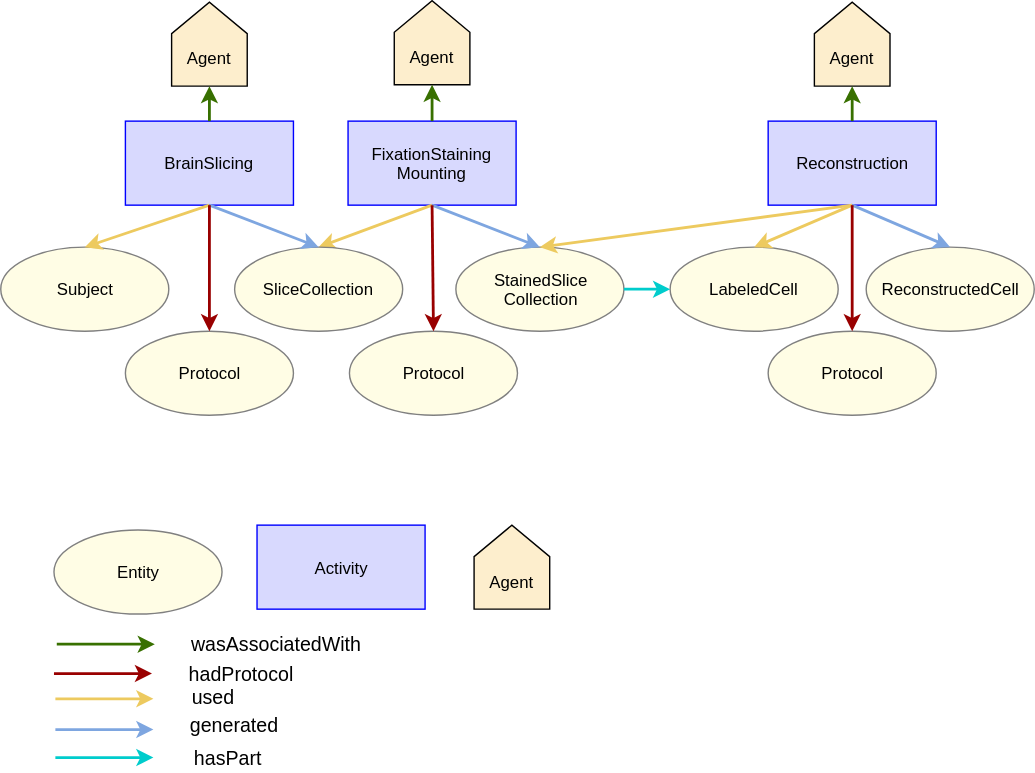
Earlier version of the draw.io export provpatterns/assets/whole-brain-morphology-reconstruction.svg (INCF/neuroshapes). Source tidied: cells renumbered, new cells last; positions are measured from the earlier drawing's top-left corner, leaving out a move shared by most shapes.
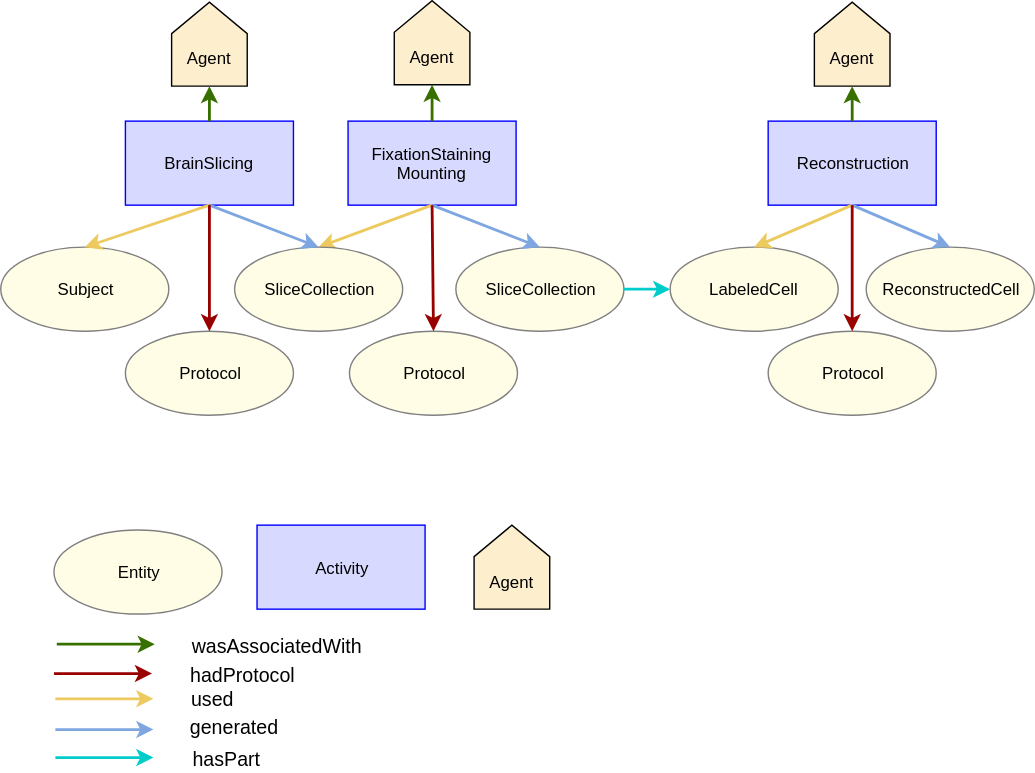
Later version of the same file.

Commit message:
Created schema version 0.1.1 to accommodate whole-brain reconstructions:

Diff of the diagram source:
```diff
@@ -68,7 +68,7 @@
     <mxCell id="18" value="BrainSlicing" style="rounded=0;whiteSpace=wrap;html=1;strokeColor=#0000ff;fillColor=#d8d9fe;fontSize=12;" parent="1" vertex="1">
       <mxGeometry x="89" y="86" width="120" height="60" as="geometry" />
     </mxCell>
-    <mxCell id="19" value="StainedSlice&lt;br&gt;Collection" style="ellipse;whiteSpace=wrap;html=1;fillColor=#FFFDE5;strokeColor=#808080;fontSize=12;" parent="1" vertex="1">
+    <mxCell id="19" value="SliceCollection" style="ellipse;whiteSpace=wrap;html=1;fillColor=#FFFDE5;strokeColor=#808080;fontSize=12;" parent="1" vertex="1">
       <mxGeometry x="325" y="176" width="120" height="60" as="geometry" />
     </mxCell>
     <mxCell id="20" value="LabeledCell" style="ellipse;whiteSpace=wrap;html=1;fillColor=#FFFDE5;strokeColor=#808080;fontSize=12;" parent="1" vertex="1">
@@ -92,77 +92,74 @@
     <mxCell id="26" style="endArrow=classic;html=1;strokeColor=#EDCA5F;strokeWidth=2;fontSize=12;entryX=0.5;entryY=0;exitX=0.5;exitY=1;" parent="1" edge="1" source="21" target="20">
       <mxGeometry relative="1" as="geometry" />
     </mxCell>
-    <mxCell id="27" style="endArrow=classic;html=1;strokeColor=#EDCA5F;strokeWidth=2;fontSize=12;entryX=0.5;entryY=0;exitX=0.5;exitY=1;" parent="1" edge="1" source="21" target="19">
+    <mxCell id="27" style="endArrow=classic;html=1;strokeColor=#7EA6E0;strokeWidth=2;fontSize=12;exitX=0.5;exitY=1;entryX=0.5;entryY=0;" parent="1" edge="1" source="21" target="22">
       <mxGeometry relative="1" as="geometry" />
     </mxCell>
-    <mxCell id="28" style="endArrow=classic;html=1;strokeColor=#7EA6E0;strokeWidth=2;fontSize=12;exitX=0.5;exitY=1;entryX=0.5;entryY=0;" parent="1" edge="1" source="21" target="22">
+    <mxCell id="28" style="endArrow=classic;html=1;strokeColor=#EDCA5F;strokeWidth=2;fontSize=12;entryX=0.5;entryY=0;exitX=0.5;exitY=1;" parent="1" edge="1" source="24" target="30">
       <mxGeometry relative="1" as="geometry" />
     </mxCell>
-    <mxCell id="29" style="endArrow=classic;html=1;strokeColor=#EDCA5F;strokeWidth=2;fontSize=12;entryX=0.5;entryY=0;exitX=0.5;exitY=1;" parent="1" edge="1" source="24" target="31">
+    <mxCell id="29" style="endArrow=classic;html=1;strokeColor=#7EA6E0;strokeWidth=2;fontSize=12;entryX=0.5;entryY=0;exitX=0.5;exitY=1;" parent="1" edge="1" source="24" target="19">
       <mxGeometry relative="1" as="geometry" />
     </mxCell>
-    <mxCell id="30" style="endArrow=classic;html=1;strokeColor=#7EA6E0;strokeWidth=2;fontSize=12;entryX=0.5;entryY=0;exitX=0.5;exitY=1;" parent="1" edge="1" source="24" target="19">
-      <mxGeometry relative="1" as="geometry" />
+    <mxCell id="30" value="SliceCollection&lt;br&gt;" style="ellipse;whiteSpace=wrap;html=1;fillColor=#FFFDE5;strokeColor=#808080;fontSize=12;" parent="1" vertex="1">
+      <mxGeometry x="166.5" y="176" width="120" height="60" as="geometry" />
     </mxCell>
-    <mxCell id="31" value="SliceCollection&lt;br&gt;" style="ellipse;whiteSpace=wrap;html=1;fillColor=#FFFDE5;strokeColor=#808080;fontSize=12;" parent="1" vertex="1">
-      <mxGeometry x="166.5" y="176" width="120" height="60" as="geometry" />
+    <mxCell id="31" style="endArrow=classic;html=1;strokeColor=#7EA6E0;strokeWidth=2;fontSize=12;exitX=0.5;exitY=1;entryX=0.5;entryY=0;" parent="1" edge="1" source="18" target="30">
+      <mxGeometry relative="1" as="geometry" />
     </mxCell>
-    <mxCell id="32" style="endArrow=classic;html=1;strokeColor=#7EA6E0;strokeWidth=2;fontSize=12;exitX=0.5;exitY=1;entryX=0.5;entryY=0;" parent="1" edge="1" source="18" target="31">
-      <mxGeometry relative="1" as="geometry" />
+    <mxCell id="32" value="Protocol" style="ellipse;whiteSpace=wrap;html=1;fillColor=#FFFDE5;strokeColor=#808080;fontSize=12;" parent="1" vertex="1">
+      <mxGeometry x="89" y="236" width="120" height="60" as="geometry" />
     </mxCell>
     <mxCell id="33" value="Protocol" style="ellipse;whiteSpace=wrap;html=1;fillColor=#FFFDE5;strokeColor=#808080;fontSize=12;" parent="1" vertex="1">
-      <mxGeometry x="89" y="236" width="120" height="60" as="geometry" />
+      <mxGeometry x="249" y="236" width="120" height="60" as="geometry" />
     </mxCell>
     <mxCell id="34" value="Protocol" style="ellipse;whiteSpace=wrap;html=1;fillColor=#FFFDE5;strokeColor=#808080;fontSize=12;" parent="1" vertex="1">
-      <mxGeometry x="249" y="236" width="120" height="60" as="geometry" />
+      <mxGeometry x="548" y="236" width="120" height="60" as="geometry" />
     </mxCell>
-    <mxCell id="35" value="Protocol" style="ellipse;whiteSpace=wrap;html=1;fillColor=#FFFDE5;strokeColor=#808080;fontSize=12;" parent="1" vertex="1">
-      <mxGeometry x="548" y="236" width="120" height="60" as="geometry" />
+    <mxCell id="35" style="endArrow=classic;html=1;strokeColor=#990000;strokeWidth=2;fontSize=12;entryX=0.5;entryY=0;exitX=0.5;exitY=1;" parent="1" edge="1" source="18" target="32">
+      <mxGeometry relative="1" as="geometry" />
     </mxCell>
-    <mxCell id="36" style="endArrow=classic;html=1;strokeColor=#990000;strokeWidth=2;fontSize=12;entryX=0.5;entryY=0;exitX=0.5;exitY=1;" parent="1" edge="1" source="18" target="33">
+    <mxCell id="36" style="endArrow=classic;html=1;strokeColor=#990000;strokeWidth=2;fontSize=12;exitX=0.5;exitY=1;entryX=0.5;entryY=0;" parent="1" edge="1" source="24" target="33">
       <mxGeometry relative="1" as="geometry" />
     </mxCell>
-    <mxCell id="37" style="endArrow=classic;html=1;strokeColor=#990000;strokeWidth=2;fontSize=12;exitX=0.5;exitY=1;entryX=0.5;entryY=0;" parent="1" edge="1" source="24" target="34">
+    <mxCell id="37" style="endArrow=classic;html=1;strokeColor=#990000;strokeWidth=2;fontSize=12;entryX=0.5;entryY=0;exitX=0.5;exitY=1;" parent="1" edge="1" source="21" target="34">
       <mxGeometry relative="1" as="geometry" />
     </mxCell>
-    <mxCell id="38" style="endArrow=classic;html=1;strokeColor=#990000;strokeWidth=2;fontSize=12;entryX=0.5;entryY=0;exitX=0.5;exitY=1;" parent="1" edge="1" source="21" target="35">
-      <mxGeometry relative="1" as="geometry" />
+    <mxCell id="38" style="group;fontSize=12;" parent="1" vertex="1">
+      <mxGeometry x="122" y="1" width="54" height="60" as="geometry" />
     </mxCell>
-    <mxCell id="39" style="group;fontSize=12;" parent="1" vertex="1">
-      <mxGeometry x="122" y="1" width="54" height="60" as="geometry" />
+    <mxCell id="39" style="shape=offPageConnector;strokeColor=#000000;fillColor=#fdeecd;rotation=-180;verticalAlign=top;horizontal=1;html=1;whiteSpace=wrap;align=center;fontSize=12;" parent="38" vertex="1">
+      <mxGeometry width="54" height="60" as="geometry" />
     </mxCell>
-    <mxCell id="40" style="shape=offPageConnector;strokeColor=#000000;fillColor=#fdeecd;rotation=-180;verticalAlign=top;horizontal=1;html=1;whiteSpace=wrap;align=center;fontSize=12;" parent="39" vertex="1">
-      <mxGeometry width="54" height="60" as="geometry" />
+    <mxCell id="40" value="Agent" style="text;html=1;strokeColor=none;fillColor=none;align=center;verticalAlign=middle;whiteSpace=wrap;rounded=0;fontSize=12;" parent="38" vertex="1">
+      <mxGeometry x="7" y="30" width="40" height="20" as="geometry" />
     </mxCell>
-    <mxCell id="41" value="Agent" style="text;html=1;strokeColor=none;fillColor=none;align=center;verticalAlign=middle;whiteSpace=wrap;rounded=0;fontSize=12;" parent="39" vertex="1">
-      <mxGeometry x="7" y="30" width="40" height="20" as="geometry" />
+    <mxCell id="41" style="group;fontSize=12;" parent="1" vertex="1">
+      <mxGeometry x="281" width="54" height="60" as="geometry" />
     </mxCell>
-    <mxCell id="42" style="group;fontSize=12;" parent="1" vertex="1">
-      <mxGeometry x="281" width="54" height="60" as="geometry" />
+    <mxCell id="42" style="shape=offPageConnector;strokeColor=#000000;fillColor=#fdeecd;rotation=-180;verticalAlign=top;horizontal=1;html=1;whiteSpace=wrap;align=center;fontSize=12;" parent="41" vertex="1">
+      <mxGeometry width="54" height="60" as="geometry" />
     </mxCell>
-    <mxCell id="43" style="shape=offPageConnector;strokeColor=#000000;fillColor=#fdeecd;rotation=-180;verticalAlign=top;horizontal=1;html=1;whiteSpace=wrap;align=center;fontSize=12;" parent="42" vertex="1">
-      <mxGeometry width="54" height="60" as="geometry" />
+    <mxCell id="43" value="Agent" style="text;html=1;strokeColor=none;fillColor=none;align=center;verticalAlign=middle;whiteSpace=wrap;rounded=0;fontSize=12;" parent="41" vertex="1">
+      <mxGeometry x="7" y="30" width="40" height="20" as="geometry" />
     </mxCell>
-    <mxCell id="44" value="Agent" style="text;html=1;strokeColor=none;fillColor=none;align=center;verticalAlign=middle;whiteSpace=wrap;rounded=0;fontSize=12;" parent="42" vertex="1">
-      <mxGeometry x="7" y="30" width="40" height="20" as="geometry" />
+    <mxCell id="44" style="group;fontSize=12;" parent="1" vertex="1">
+      <mxGeometry x="581" y="1" width="54" height="60" as="geometry" />
     </mxCell>
-    <mxCell id="45" style="group;fontSize=12;" parent="1" vertex="1">
-      <mxGeometry x="581" y="1" width="54" height="60" as="geometry" />
+    <mxCell id="45" style="shape=offPageConnector;strokeColor=#000000;fillColor=#fdeecd;rotation=-180;verticalAlign=top;horizontal=1;html=1;whiteSpace=wrap;align=center;fontSize=12;" parent="44" vertex="1">
+      <mxGeometry width="54" height="60" as="geometry" />
     </mxCell>
-    <mxCell id="46" style="shape=offPageConnector;strokeColor=#000000;fillColor=#fdeecd;rotation=-180;verticalAlign=top;horizontal=1;html=1;whiteSpace=wrap;align=center;fontSize=12;" parent="45" vertex="1">
-      <mxGeometry width="54" height="60" as="geometry" />
+    <mxCell id="46" value="Agent" style="text;html=1;strokeColor=none;fillColor=none;align=center;verticalAlign=middle;whiteSpace=wrap;rounded=0;fontSize=12;" parent="44" vertex="1">
+      <mxGeometry x="7" y="30" width="40" height="20" as="geometry" />
     </mxCell>
-    <mxCell id="47" value="Agent" style="text;html=1;strokeColor=none;fillColor=none;align=center;verticalAlign=middle;whiteSpace=wrap;rounded=0;fontSize=12;" parent="45" vertex="1">
-      <mxGeometry x="7" y="30" width="40" height="20" as="geometry" />
+    <mxCell id="47" style="endArrow=classic;html=1;exitX=0.5;exitY=0;fontSize=12;strokeWidth=2;strokeColor=#387000;entryX=0.5;entryY=0;" parent="1" edge="1" source="18" target="39">
+      <mxGeometry relative="1" as="geometry" />
     </mxCell>
-    <mxCell id="48" style="endArrow=classic;html=1;exitX=0.5;exitY=0;fontSize=12;strokeWidth=2;strokeColor=#387000;entryX=0.5;entryY=0;" parent="1" edge="1" source="18" target="40">
+    <mxCell id="48" style="endArrow=classic;html=1;exitX=0.5;exitY=0;fontSize=12;strokeWidth=2;strokeColor=#387000;entryX=0.5;entryY=0;" parent="1" edge="1" source="24" target="42">
       <mxGeometry relative="1" as="geometry" />
     </mxCell>
-    <mxCell id="49" style="endArrow=classic;html=1;exitX=0.5;exitY=0;fontSize=12;strokeWidth=2;strokeColor=#387000;entryX=0.5;entryY=0;" parent="1" edge="1" source="24" target="43">
+    <mxCell id="49" style="endArrow=classic;html=1;exitX=0.5;exitY=0;fontSize=12;strokeWidth=2;strokeColor=#387000;entryX=0.5;entryY=0;" parent="1" edge="1" source="21" target="45">
       <mxGeometry relative="1" as="geometry" />
     </mxCell>
-    <mxCell id="50" style="endArrow=classic;html=1;exitX=0.5;exitY=0;fontSize=12;strokeWidth=2;strokeColor=#387000;entryX=0.5;entryY=0;" parent="1" edge="1" source="21" target="46">
-      <mxGeometry relative="1" as="geometry" />
-    </mxCell>
   </root>
 </mxGraphModel>
```
